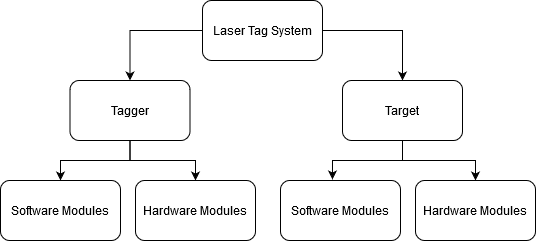
Above: figures/methodology/design_overview.png in wylieza/thesis (draw.io), before the change. Source tidied: cells renumbered, new cells last; positions are measured from the earlier drawing's top-left corner, leaving out a move shared by most shapes. The source it was exported from:
```xml
<mxGraphModel>
  <root>
    <mxCell id="0" />
    <mxCell id="1" parent="0" />
    <mxCell id="2" style="edgeStyle=orthogonalEdgeStyle;rounded=0;jettySize=auto;html=1;entryX=0.5;entryY=0;entryDx=0;entryDy=0;" parent="1" edge="1" source="4" target="7">
      <mxGeometry relative="1" as="geometry" />
    </mxCell>
    <mxCell id="3" style="edgeStyle=orthogonalEdgeStyle;rounded=0;jettySize=auto;html=1;" parent="1" edge="1" source="4" target="10">
      <mxGeometry relative="1" as="geometry" />
    </mxCell>
    <mxCell id="4" value="Laser Tag System" style="rounded=1;whiteSpace=wrap;html=1;" parent="1" vertex="1">
      <mxGeometry x="202" width="120" height="60" as="geometry" />
    </mxCell>
    <mxCell id="5" style="edgeStyle=orthogonalEdgeStyle;rounded=0;jettySize=auto;html=1;" parent="1" edge="1" source="7" target="11">
      <mxGeometry relative="1" as="geometry" />
    </mxCell>
    <mxCell id="6" style="edgeStyle=orthogonalEdgeStyle;rounded=0;jettySize=auto;html=1;" parent="1" edge="1" source="7" target="12">
      <mxGeometry relative="1" as="geometry" />
    </mxCell>
    <mxCell id="7" value="Tagger" style="rounded=1;whiteSpace=wrap;html=1;" parent="1" vertex="1">
      <mxGeometry x="69.5" y="80" width="120" height="60" as="geometry" />
    </mxCell>
    <mxCell id="8" style="edgeStyle=orthogonalEdgeStyle;rounded=0;jettySize=auto;html=1;entryX=0.433;entryY=-0.017;entryDx=0;entryDy=0;entryPerimeter=0;" parent="1" edge="1" source="10" target="13">
      <mxGeometry relative="1" as="geometry" />
    </mxCell>
    <mxCell id="9" style="edgeStyle=orthogonalEdgeStyle;rounded=0;jettySize=auto;html=1;entryX=0.5;entryY=0;entryDx=0;entryDy=0;" parent="1" edge="1" source="10" target="14">
      <mxGeometry relative="1" as="geometry" />
    </mxCell>
    <mxCell id="10" value="&lt;div&gt;Target&lt;/div&gt;" style="rounded=1;whiteSpace=wrap;html=1;" parent="1" vertex="1">
      <mxGeometry x="342" y="80" width="120" height="60" as="geometry" />
    </mxCell>
    <mxCell id="11" value="Software Modules" style="rounded=1;whiteSpace=wrap;html=1;" parent="1" vertex="1">
      <mxGeometry y="180" width="120" height="60" as="geometry" />
    </mxCell>
    <mxCell id="12" value="Hardware Modules" style="rounded=1;whiteSpace=wrap;html=1;" parent="1" vertex="1">
      <mxGeometry x="135" y="180" width="120" height="60" as="geometry" />
    </mxCell>
    <mxCell id="13" value="Software Modules" style="rounded=1;whiteSpace=wrap;html=1;" parent="1" vertex="1">
      <mxGeometry x="280" y="180" width="120" height="60" as="geometry" />
    </mxCell>
    <mxCell id="14" value="Hardware Modules" style="rounded=1;whiteSpace=wrap;html=1;" parent="1" vertex="1">
      <mxGeometry x="415" y="180" width="120" height="60" as="geometry" />
    </mxCell>
  </root>
</mxGraphModel>
```
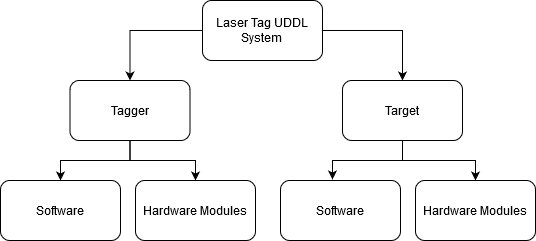
The same diagram one commit later.

Diff of the diagram source:
```diff
@@ -8,7 +8,7 @@
     <mxCell id="3" style="edgeStyle=orthogonalEdgeStyle;rounded=0;jettySize=auto;html=1;" parent="1" edge="1" source="4" target="10">
       <mxGeometry relative="1" as="geometry" />
     </mxCell>
-    <mxCell id="4" value="Laser Tag System" style="rounded=1;whiteSpace=wrap;html=1;" parent="1" vertex="1">
+    <mxCell id="4" value="&lt;div&gt;Laser Tag UDDL&lt;br&gt;&lt;/div&gt;&lt;div&gt;System&lt;/div&gt;" style="rounded=1;whiteSpace=wrap;html=1;" parent="1" vertex="1">
       <mxGeometry x="202" width="120" height="60" as="geometry" />
     </mxCell>
     <mxCell id="5" style="edgeStyle=orthogonalEdgeStyle;rounded=0;jettySize=auto;html=1;" parent="1" edge="1" source="7" target="11">
@@ -29,13 +29,13 @@
     <mxCell id="10" value="&lt;div&gt;Target&lt;/div&gt;" style="rounded=1;whiteSpace=wrap;html=1;" parent="1" vertex="1">
       <mxGeometry x="342" y="80" width="120" height="60" as="geometry" />
     </mxCell>
-    <mxCell id="11" value="Software Modules" style="rounded=1;whiteSpace=wrap;html=1;" parent="1" vertex="1">
+    <mxCell id="11" value="Software" style="rounded=1;whiteSpace=wrap;html=1;" parent="1" vertex="1">
       <mxGeometry y="180" width="120" height="60" as="geometry" />
     </mxCell>
     <mxCell id="12" value="Hardware Modules" style="rounded=1;whiteSpace=wrap;html=1;" parent="1" vertex="1">
       <mxGeometry x="135" y="180" width="120" height="60" as="geometry" />
     </mxCell>
-    <mxCell id="13" value="Software Modules" style="rounded=1;whiteSpace=wrap;html=1;" parent="1" vertex="1">
+    <mxCell id="13" value="Software" style="rounded=1;whiteSpace=wrap;html=1;" parent="1" vertex="1">
       <mxGeometry x="280" y="180" width="120" height="60" as="geometry" />
     </mxCell>
     <mxCell id="14" value="Hardware Modules" style="rounded=1;whiteSpace=wrap;html=1;" parent="1" vertex="1">
```
